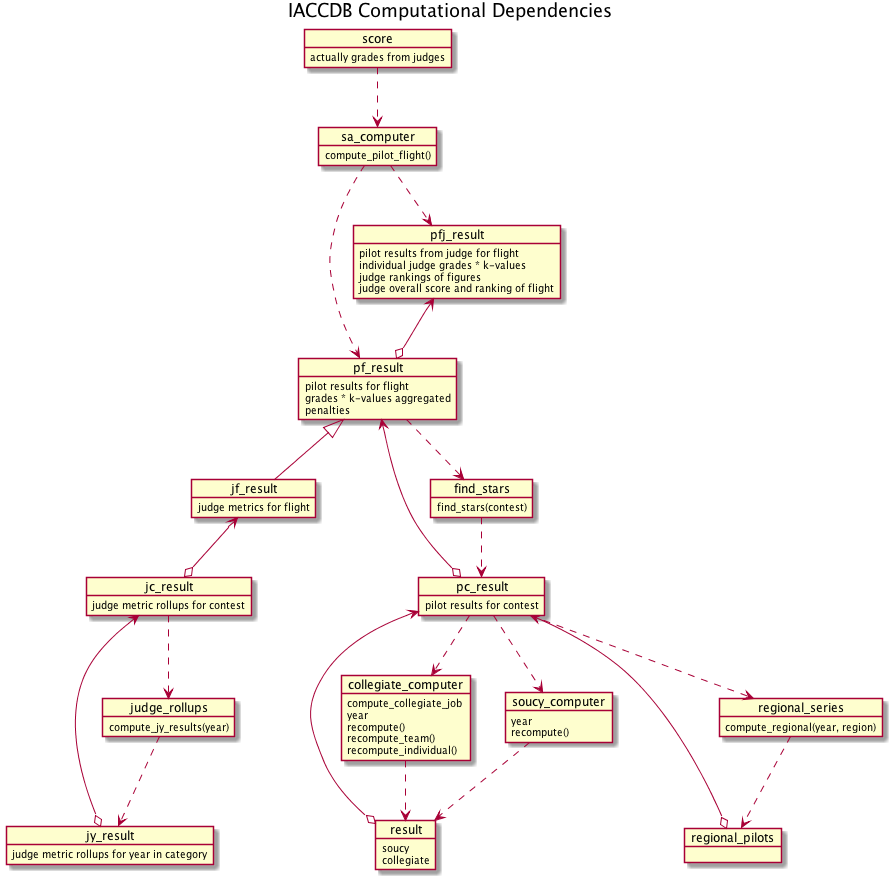
Earlier version of the PlantUML export doc/computations.png (International-Aerobatic-Club/iaccdb).
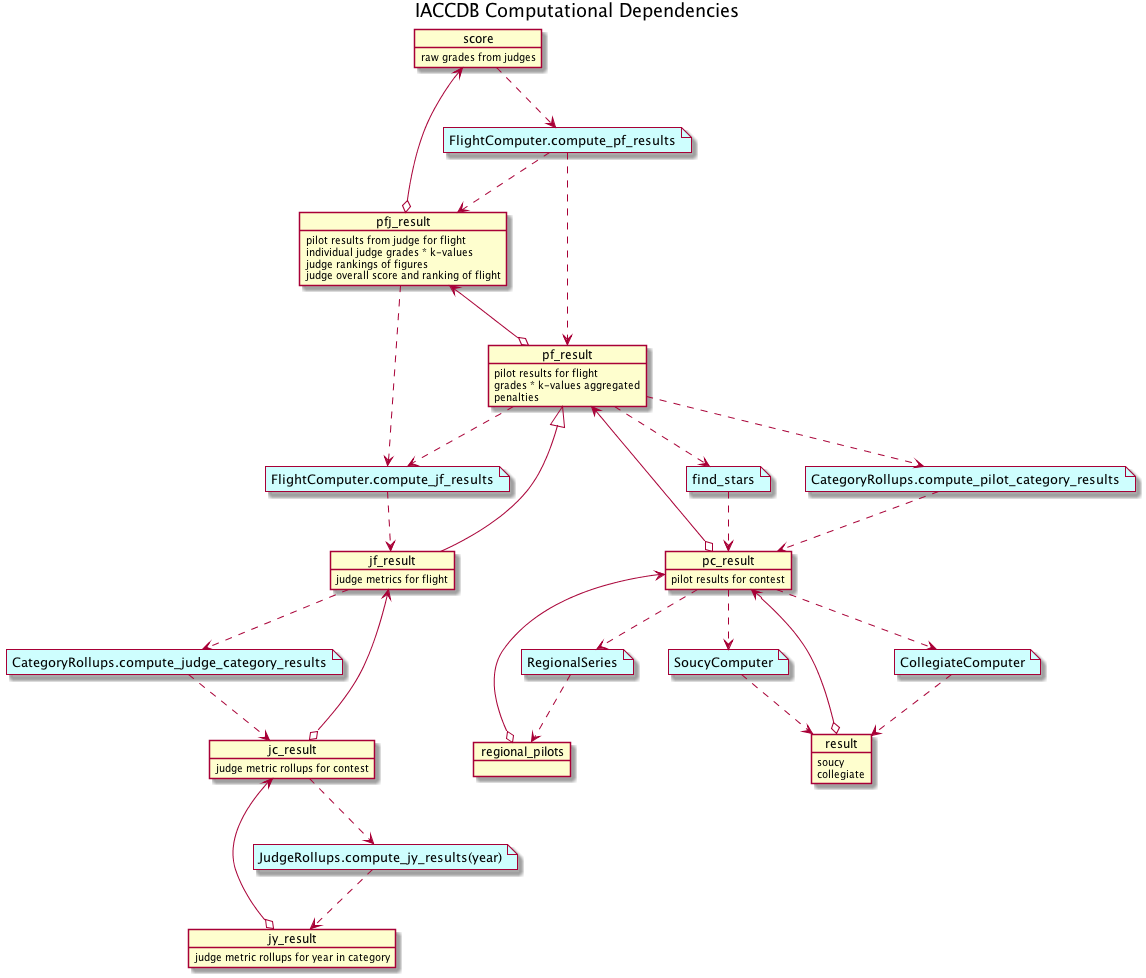
Later version of the same file.

Commit message:
update and add documents for computations and computational workflow

Change to the diagram source:
```diff
@@ -1,7 +1,9 @@
 @startuml
 title IACCDB Computational Dependencies
+skinparam noteBackgroundColor #CEFEFE
+
 object score {
-  actually grades from judges
+  raw grades from judges
 }
 object pf_result {
   pilot results for flight
@@ -31,56 +33,51 @@
   collegiate
 }
 
-pf_result <|-- jf_result
+score <--o pfj_result
 pfj_result <--o pf_result
 pf_result <--o pc_result
 jf_result <--o jc_result
+pf_result <|-- jf_result
 jc_result <--o jy_result
 pc_result <--o result
 pc_result <--o regional_pilots
 
-object collegiate_computer {
-  compute_collegiate_job
-  year
-  recompute()
-  recompute_team()
-  recompute_individual()
-}
-pc_result ..> collegiate_computer
-collegiate_computer ..> result
+note "CollegiateComputer" as Coll
+pc_result ..> Coll
+Coll ..> result
 
-object find_stars {
-  find_stars(contest)
-}
-pf_result ..> find_stars
-find_stars ..> pc_result
+note "find_stars" as Stars
+pf_result ..> Stars
+Stars ..> pc_result
 
-object judge_rollups {
-  compute_jy_results(year)
-}
-jc_result ..> judge_rollups
-judge_rollups ..> jy_result
+note "JudgeRollups.compute_jy_results(year)" as JRoll
+jc_result ..> JRoll
+JRoll ..> jy_result
 
-object regional_series {
-  compute_regional(year, region)
-}
-pc_result ..> regional_series
-regional_series ..> regional_pilots
+note "RegionalSeries" as Regional
+pc_result ..> Regional
+Regional ..> regional_pilots
 
-object sa_computer {
-  compute_pilot_flight()
-}
-score ..> sa_computer
-sa_computer ..> pfj_result
-sa_computer ..> pf_result
+note "SoucyComputer" as Soucy
+pc_result ..> Soucy
+Soucy ..> result
 
-object soucy_computer {
-  year
-  recompute()
-}
-pc_result ..> soucy_computer
-soucy_computer ..> result
+note "CategoryRollups.compute_pilot_category_results" as PCR
+pf_result ..> PCR
+PCR ..> pc_result
 
+note "CategoryRollups.compute_judge_category_results" as PJR
+jf_result ..> PJR
+PJR ..> jc_result
 
+note "FlightComputer.compute_pf_results" as FCCPF
+score ..> FCCPF
+FCCPF ..> pf_result
+FCCPF ..> pfj_result
+
+note "FlightComputer.compute_jf_results" as FCCJF
+pf_result ..> FCCJF
+pfj_result ..> FCCJF
+FCCJF ..> jf_result
 
 @enduml
```
